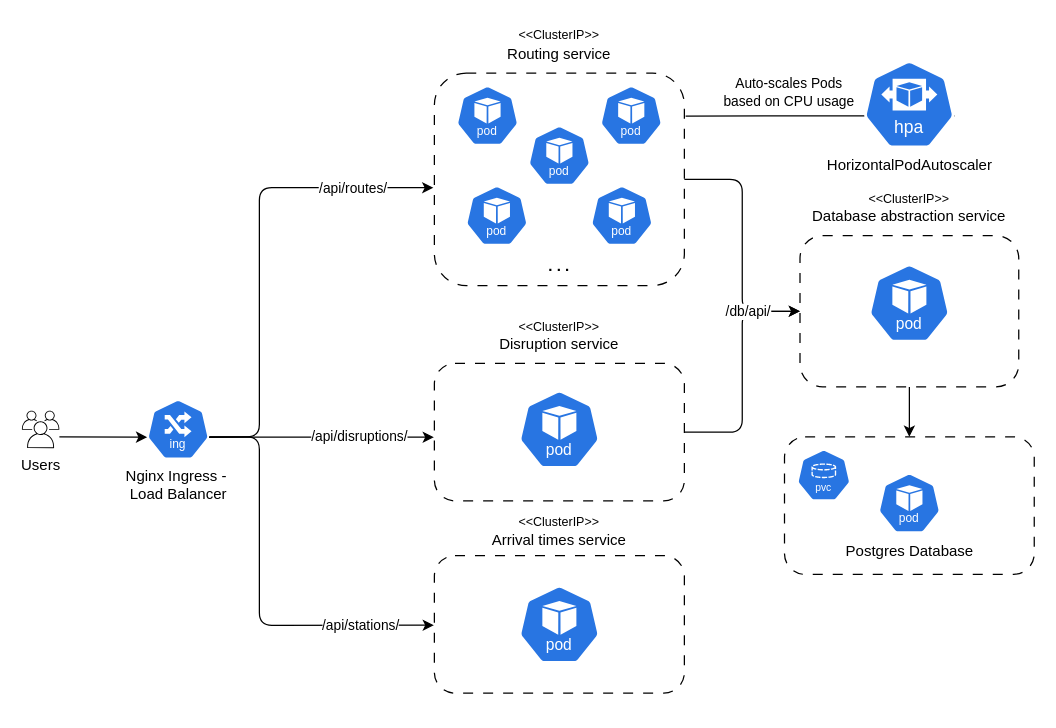
Earlier version of the draw.io diagram diagram/k8s_microservices.drawio (Cl3mensM/monolithic-microservices-architectures-case-study). Source tidied: cells renumbered, new cells numbered last; positions are measured from the earlier drawing's top-left corner, leaving out a move shared by most shapes. Both pictures are drawn from the tidied source at 125%, with x=0, y=0 at pixel (21, 22).
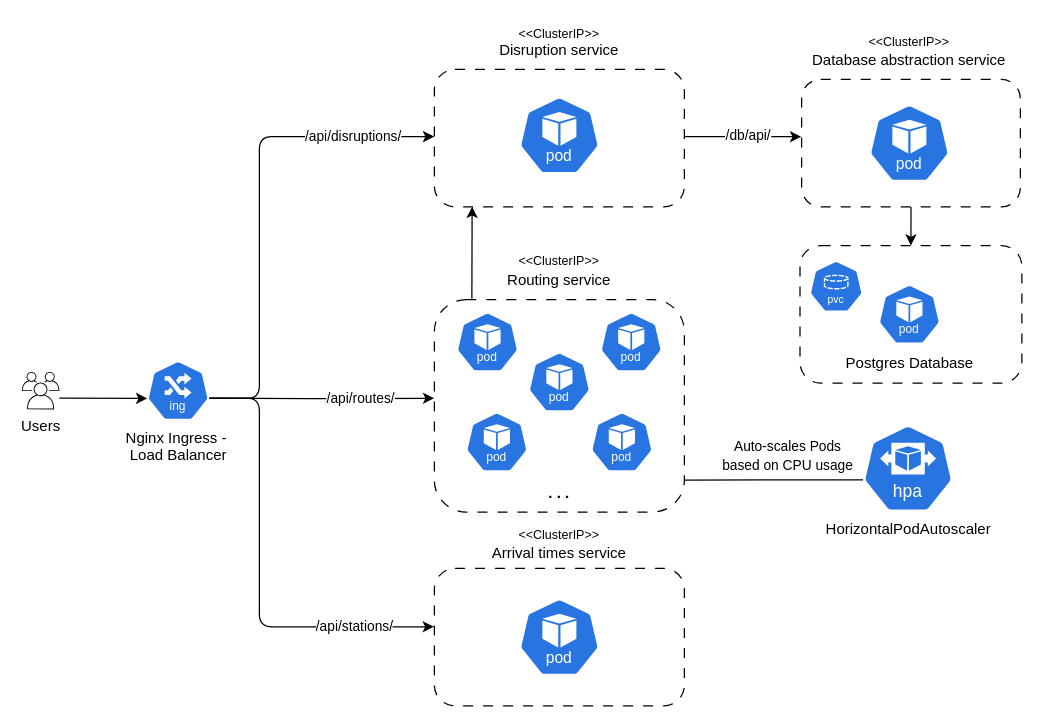
After the change.

Diff of the diagram source:
```diff
@@
     <mxCell id="2" style="rounded=1;whiteSpace=wrap;html=1;dashed=1;dashPattern=8 8;" parent="1" vertex="1">
-      <mxGeometry x="330" y="40" width="200" height="170" as="geometry" />
+      <mxGeometry x="330" y="221.2" width="200" height="170" as="geometry" />
     </mxCell>
     <mxCell id="3" value="Routing service" style="text;html=1;align=center;verticalAlign=middle;whiteSpace=wrap;rounded=0;" parent="1" vertex="1">
-      <mxGeometry x="370" y="10" width="120" height="30" as="geometry" />
+      <mxGeometry x="370" y="191.2" width="120" height="30" as="geometry" />
     </mxCell>
     <mxCell id="4" style="rounded=1;whiteSpace=wrap;html=1;dashed=1;dashPattern=8 8;" parent="1" vertex="1">
-      <mxGeometry x="330" y="272.2" width="200" height="110" as="geometry" />
+      <mxGeometry x="330" y="37" width="200" height="110" as="geometry" />
     </mxCell>
     <mxCell id="5" style="rounded=1;whiteSpace=wrap;html=1;dashed=1;dashPattern=8 8;" parent="1" vertex="1">
-      <mxGeometry x="330" y="426" width="200" height="110" as="geometry" />
+      <mxGeometry x="330" y="436.2" width="200" height="110" as="geometry" />
     </mxCell>
     <mxCell id="6" value="Disruption service" style="text;html=1;align=center;verticalAlign=middle;whiteSpace=wrap;rounded=0;" parent="1" vertex="1">
-      <mxGeometry x="365" y="242.2" width="130" height="30" as="geometry" />
+      <mxGeometry x="365" y="7" width="130" height="30" as="geometry" />
     </mxCell>
     <mxCell id="7" value="Arrival times service" style="text;html=1;align=center;verticalAlign=middle;whiteSpace=wrap;rounded=0;" parent="1" vertex="1">
-      <mxGeometry x="360" y="404" width="140" height="20" as="geometry" />
+      <mxGeometry x="360" y="414.2" width="140" height="20" as="geometry" />
     </mxCell>
     <mxCell id="8" style="sketch=0;html=1;dashed=0;whitespace=wrap;verticalLabelPosition=bottom;verticalAlign=top;fillColor=#2875E2;strokeColor=#ffffff;shape=mxgraph.kubernetes.icon2;kubernetesLabel=1;prIcon=pod;fontSize=8;" parent="1" vertex="1">
-      <mxGeometry x="347.5" y="50" width="50" height="48" as="geometry" />
+      <mxGeometry x="347.5" y="231.2" width="50" height="48" as="geometry" />
     </mxCell>
     <mxCell id="9" style="sketch=0;html=1;dashed=0;whitespace=wrap;verticalLabelPosition=bottom;verticalAlign=top;fillColor=#2875E2;strokeColor=#ffffff;shape=mxgraph.kubernetes.icon2;kubernetesLabel=1;prIcon=pod;fontSize=8;" parent="1" vertex="1">
-      <mxGeometry x="405" y="82" width="50" height="48" as="geometry" />
+      <mxGeometry x="405" y="263.2" width="50" height="48" as="geometry" />
     </mxCell>
     <mxCell id="10" style="sketch=0;html=1;dashed=0;whitespace=wrap;verticalLabelPosition=bottom;verticalAlign=top;fillColor=#2875E2;strokeColor=#ffffff;shape=mxgraph.kubernetes.icon2;kubernetesLabel=1;prIcon=pod;fontSize=8;" parent="1" vertex="1">
-      <mxGeometry x="355" y="130" width="50" height="48" as="geometry" />
+      <mxGeometry x="355" y="311.2" width="50" height="48" as="geometry" />
     </mxCell>
     <mxCell id="11" style="sketch=0;html=1;dashed=0;whitespace=wrap;verticalLabelPosition=bottom;verticalAlign=top;fillColor=#2875E2;strokeColor=#ffffff;shape=mxgraph.kubernetes.icon2;kubernetesLabel=1;prIcon=pod;fontSize=8;" parent="1" vertex="1">
-      <mxGeometry x="462.5" y="50" width="50" height="48" as="geometry" />
+      <mxGeometry x="462.5" y="231.2" width="50" height="48" as="geometry" />
     </mxCell>
     <mxCell id="12" style="sketch=0;html=1;dashed=0;whitespace=wrap;verticalLabelPosition=bottom;verticalAlign=top;fillColor=#2875E2;strokeColor=#ffffff;shape=mxgraph.kubernetes.icon2;kubernetesLabel=1;prIcon=pod;fontSize=8;" parent="1" vertex="1">
-      <mxGeometry x="455" y="130" width="50" height="48" as="geometry" />
+      <mxGeometry x="455" y="311.2" width="50" height="48" as="geometry" />
     </mxCell>
     <mxCell id="13" style="sketch=0;html=1;dashed=0;whitespace=wrap;verticalLabelPosition=bottom;verticalAlign=top;fillColor=#2875E2;strokeColor=#ffffff;shape=mxgraph.kubernetes.icon2;kubernetesLabel=1;prIcon=pod;" parent="1" vertex="1">
-      <mxGeometry x="397.5" y="293.8" width="65" height="62.4" as="geometry" />
+      <mxGeometry x="397.5" y="58.6" width="65" height="62.4" as="geometry" />
     </mxCell>
     <mxCell id="14" style="sketch=0;html=1;dashed=0;whitespace=wrap;verticalLabelPosition=bottom;verticalAlign=top;fillColor=#2875E2;strokeColor=#ffffff;shape=mxgraph.kubernetes.icon2;kubernetesLabel=1;prIcon=pod;" parent="1" vertex="1">
-      <mxGeometry x="397.5" y="449.8" width="65" height="62.4" as="geometry" />
+      <mxGeometry x="397.5" y="460" width="65" height="62.4" as="geometry" />
     </mxCell>
     <mxCell id="15" value="&lt;font style=&quot;font-size: 11px;&quot;&gt;Auto-scales Pods based on CPU usage&lt;/font&gt;" style="text;html=1;align=center;verticalAlign=middle;whiteSpace=wrap;rounded=0;" parent="1" vertex="1">
-      <mxGeometry x="553.5" y="40" width="120" height="30" as="geometry" />
+      <mxGeometry x="552.5" y="331.2" width="120" height="30" as="geometry" />
     </mxCell>
-    <mxCell id="16" style="endArrow=none;html=1;rounded=0;exitX=0.995;exitY=0.63;exitDx=0;exitDy=0;entryX=1.005;entryY=0.202;entryDx=0;entryDy=0;exitPerimeter=0;entryPerimeter=0;" parent="1" edge="1" source="18" target="2">
-      <mxGeometry relative="1" as="geometry" />
+    <mxCell id="16" style="endArrow=none;html=1;rounded=0;exitX=0.995;exitY=0.63;exitDx=0;exitDy=0;entryX=1.005;entryY=0.202;entryDx=0;entryDy=0;exitPerimeter=0;entryPerimeter=0;" parent="1" edge="1" source="18">
+      <mxGeometry relative="1" as="geometry">
+        <mxPoint x="530" y="365.5" as="targetPoint" />
+      </mxGeometry>
     </mxCell>
     <mxCell id="17" style="rounded=1;whiteSpace=wrap;html=1;dashed=1;dashPattern=8 8;" parent="1" vertex="1">
-      <mxGeometry x="610.1" y="331" width="199.8" height="110" as="geometry" />
+      <mxGeometry x="622.5" y="178" width="177.5" height="110" as="geometry" />
     </mxCell>
     <mxCell id="18" value="&lt;span style=&quot;text-wrap-mode: wrap;&quot;&gt;HorizontalPodAutoscaler&lt;/span&gt;" style="sketch=0;html=1;dashed=0;whitespace=wrap;verticalLabelPosition=bottom;verticalAlign=top;fillColor=#2875E2;strokeColor=#ffffff;points=[[0.005,0.63,0],[0.1,0.2,0],[0.9,0.2,0],[0.5,0,0],[0.995,0.63,0],[0.72,0.99,0],[0.5,1,0],[0.28,0.99,0]];shape=mxgraph.kubernetes.icon2;kubernetesLabel=1;prIcon=hpa;" parent="1" vertex="1">
-      <mxGeometry x="673.5" y="30" width="72.9" height="70" as="geometry" />
+      <mxGeometry x="672.5" y="321.2" width="72.9" height="70" as="geometry" />
     </mxCell>
     <mxCell id="19" value="&lt;b&gt;. . .&lt;/b&gt;" style="text;html=1;align=center;verticalAlign=middle;whiteSpace=wrap;rounded=0;" parent="1" vertex="1">
-      <mxGeometry x="400" y="180" width="60" height="30" as="geometry" />
+      <mxGeometry x="400" y="361.2" width="60" height="30" as="geometry" />
     </mxCell>
     <mxCell id="20" value="Nginx Ingress -&amp;nbsp;&lt;div&gt;Load Balancer&lt;/div&gt;" style="sketch=0;html=1;dashed=0;whitespace=wrap;verticalLabelPosition=bottom;verticalAlign=top;fillColor=#2875E2;strokeColor=#ffffff;points=[[0.005,0.63,0],[0.1,0.2,0],[0.9,0.2,0],[0.5,0,0],[0.995,0.63,0],[0.72,0.99,0],[0.5,1,0],[0.28,0.99,0]];shape=mxgraph.kubernetes.icon2;kubernetesLabel=1;prIcon=ing;" parent="1" vertex="1">
-      <mxGeometry x="100" y="301" width="50" height="48" as="geometry" />
+      <mxGeometry x="100" y="270" width="50" height="48" as="geometry" />
     </mxCell>
-    <mxCell id="21" value="/api/routes/" style="edgeStyle=orthogonalEdgeStyle;rounded=1;jettySize=auto;html=1;strokeColor=default;curved=0;endArrow=classic;startFill=0;endFill=1;entryX=-0.004;entryY=0.539;entryDx=0;entryDy=0;entryPerimeter=0;" parent="1" edge="1" target="2">
-      <mxGeometry x="0.66" relative="1" as="geometry">
-        <mxPoint x="150" y="331" as="sourcePoint" />
-        <Array as="points">
-          <mxPoint x="190" y="331" />
-          <mxPoint x="190" y="132" />
-        </Array>
+    <mxCell id="21" value="/api/routes/" style="edgeStyle=orthogonalEdgeStyle;rounded=1;jettySize=auto;html=1;strokeColor=default;curved=0;endArrow=classic;startFill=0;endFill=1;entryX=-0.001;entryY=0.464;entryDx=0;entryDy=0;entryPerimeter=0;" parent="1" edge="1" target="2">
+      <mxGeometry x="0.34" relative="1" as="geometry">
+        <mxPoint x="150" y="300" as="sourcePoint" />
       </mxGeometry>
     </mxCell>
-    <mxCell id="22" value="/api/disruptions/" style="edgeStyle=orthogonalEdgeStyle;rounded=0;jettySize=auto;html=1;exitX=0.995;exitY=0.63;exitDx=0;exitDy=0;exitPerimeter=0;entryX=-0.002;entryY=0.537;entryDx=0;entryDy=0;entryPerimeter=0;endArrow=classic;startFill=0;endFill=1;" parent="1" edge="1" source="20" target="4">
-      <mxGeometry x="0.34" relative="1" as="geometry">
+    <mxCell id="22" value="/api/disruptions/" style="edgeStyle=orthogonalEdgeStyle;rounded=1;jettySize=auto;html=1;exitX=0.995;exitY=0.63;exitDx=0;exitDy=0;exitPerimeter=0;entryX=-0.001;entryY=0.489;entryDx=0;entryDy=0;entryPerimeter=0;endArrow=classic;startFill=0;endFill=1;curved=0;" parent="1" edge="1" source="20" target="4">
+      <mxGeometry x="0.67" relative="1" as="geometry">
         <Array as="points">
-          <mxPoint x="330" y="331" />
+          <mxPoint x="190" y="300" />
+          <mxPoint x="190" y="90" />
+          <mxPoint x="330" y="90" />
         </Array>
       </mxGeometry>
     </mxCell>
-    <mxCell id="23" value="/api/stations/" style="edgeStyle=orthogonalEdgeStyle;rounded=1;jettySize=auto;html=1;curved=0;endArrow=classic;startFill=0;endFill=1;entryX=-0.002;entryY=0.506;entryDx=0;entryDy=0;entryPerimeter=0;" parent="1" edge="1" target="5">
+    <mxCell id="23" value="/api/stations/" style="edgeStyle=orthogonalEdgeStyle;rounded=1;orthogonalLoop=1;jettySize=auto;html=1;curved=0;endArrow=classic;startFill=0;endFill=1;entryX=-0.002;entryY=0.506;entryDx=0;entryDy=0;entryPerimeter=0;" parent="1" edge="1">
       <mxGeometry x="0.65" relative="1" as="geometry">
-        <mxPoint x="150" y="331" as="sourcePoint" />
+        <mxPoint x="150" y="300" as="sourcePoint" />
+        <mxPoint x="329.6" y="482.9" as="targetPoint" />
         <Array as="points">
-          <mxPoint x="190" y="331" />
+          <mxPoint x="150" y="300" />
+          <mxPoint x="190" y="300" />
           <mxPoint x="190" y="482" />
         </Array>
       </mxGeometry>
     </mxCell>
     <mxCell id="24" style="endArrow=classic;html=1;rounded=0;entryX=0.005;entryY=0.63;entryDx=0;entryDy=0;entryPerimeter=0;" parent="1" edge="1" target="20">
       <mxGeometry relative="1" as="geometry">
-        <mxPoint x="30" y="331" as="sourcePoint" />
+        <mxPoint x="30" y="300" as="sourcePoint" />
       </mxGeometry>
     </mxCell>
     <mxCell id="25" value="Users" style="sketch=0;gradientColor=none;fontColor=#000000;strokeColor=none;fillColor=#000000;dashed=0;verticalLabelPosition=bottom;verticalAlign=top;align=center;html=1;fontSize=12;fontStyle=0;shape=mxgraph.aws4.illustration_users;" parent="1" vertex="1">
-      <mxGeometry y="310" width="30" height="30" as="geometry" />
+      <mxGeometry y="279" width="30" height="30" as="geometry" />
     </mxCell>
     <mxCell id="26" style="sketch=0;html=1;dashed=0;whitespace=wrap;verticalLabelPosition=bottom;verticalAlign=top;fillColor=#2875E2;strokeColor=#ffffff;shape=mxgraph.kubernetes.icon2;kubernetesLabel=1;prIcon=pvc;" parent="1" vertex="1">
-      <mxGeometry x="620.1" y="341" width="42.9" height="41.2" as="geometry" />
+      <mxGeometry x="630" y="190" width="42.9" height="41.2" as="geometry" />
     </mxCell>
-    <mxCell id="27" style="edgeStyle=orthogonalEdgeStyle;rounded=0;jettySize=auto;html=1;exitX=0.5;exitY=1;exitDx=0;exitDy=0;entryX=0.5;entryY=0;entryDx=0;entryDy=0;" parent="1" edge="1" source="36" target="17">
-      <mxGeometry relative="1" as="geometry" />
+    <mxCell id="27" style="edgeStyle=orthogonalEdgeStyle;rounded=0;jettySize=auto;html=1;exitX=0.5;exitY=1;exitDx=0;exitDy=0;entryX=0.5;entryY=0;entryDx=0;entryDy=0;" parent="1" edge="1" target="17">
+      <mxGeometry relative="1" as="geometry">
+        <mxPoint x="710" y="140" as="sourcePoint" />
+      </mxGeometry>
     </mxCell>
     <mxCell id="28" style="sketch=0;html=1;dashed=0;whitespace=wrap;verticalLabelPosition=bottom;verticalAlign=top;fillColor=#2875E2;strokeColor=#ffffff;shape=mxgraph.kubernetes.icon2;kubernetesLabel=1;prIcon=pod;fontSize=12;" parent="1" vertex="1">
-      <mxGeometry x="685" y="360" width="50" height="48" as="geometry" />
+      <mxGeometry x="685" y="209" width="50" height="48" as="geometry" />
     </mxCell>
     <mxCell id="29" value="Postgres Database" style="text;html=1;align=center;verticalAlign=middle;whiteSpace=wrap;rounded=0;" parent="1" vertex="1">
-      <mxGeometry x="652.5" y="408" width="115" height="30" as="geometry" />
+      <mxGeometry x="652.5" y="257" width="115" height="30" as="geometry" />
     </mxCell>
-    <mxCell id="30" style="edgeStyle=orthogonalEdgeStyle;rounded=1;jettySize=auto;html=1;exitX=1;exitY=0.5;exitDx=0;exitDy=0;entryX=0;entryY=0.5;entryDx=0;entryDy=0;curved=0;" parent="1" edge="1" source="2" target="36">
-      <mxGeometry relative="1" as="geometry" />
-    </mxCell>
-    <mxCell id="31" style="edgeStyle=orthogonalEdgeStyle;rounded=1;jettySize=auto;html=1;exitX=1;exitY=0.5;exitDx=0;exitDy=0;entryX=0;entryY=0.5;entryDx=0;entryDy=0;curved=0;" parent="1" edge="1" source="4" target="36">
-      <mxGeometry relative="1" as="geometry" />
-    </mxCell>
-    <mxCell id="32" value="/db/api/" style="edgeLabel;html=1;align=center;verticalAlign=middle;" parent="31" vertex="1">
-      <mxGeometry x="0.7" relative="1" as="geometry">
-        <mxPoint x="-14" as="offset" />
-      </mxGeometry>
-    </mxCell>
     <mxCell id="33" value="&lt;font style=&quot;font-size: 10px;&quot;&gt;&amp;lt;&amp;lt;ClusterIP&amp;gt;&amp;gt;&lt;/font&gt;" style="text;html=1;align=center;verticalAlign=middle;whiteSpace=wrap;rounded=0;" parent="1" vertex="1">
-      <mxGeometry x="400" width="60" height="18" as="geometry" />
+      <mxGeometry x="400" y="181.2" width="60" height="18" as="geometry" />
     </mxCell>
     <mxCell id="34" value="&lt;font style=&quot;font-size: 10px;&quot;&gt;&amp;lt;&amp;lt;ClusterIP&amp;gt;&amp;gt;&lt;/font&gt;" style="text;html=1;align=center;verticalAlign=middle;whiteSpace=wrap;rounded=0;" parent="1" vertex="1">
-      <mxGeometry x="400" y="234.2" width="60" height="18" as="geometry" />
+      <mxGeometry x="400" y="-1" width="60" height="18" as="geometry" />
     </mxCell>
     <mxCell id="35" value="&lt;font style=&quot;font-size: 10px;&quot;&gt;&amp;lt;&amp;lt;ClusterIP&amp;gt;&amp;gt;&lt;/font&gt;" style="text;html=1;align=center;verticalAlign=middle;whiteSpace=wrap;rounded=0;" parent="1" vertex="1">
-      <mxGeometry x="400" y="390" width="60" height="18" as="geometry" />
+      <mxGeometry x="400" y="400.2" width="60" height="18" as="geometry" />
     </mxCell>
     <mxCell id="36" style="rounded=1;whiteSpace=wrap;html=1;dashed=1;dashPattern=8 8;" parent="1" vertex="1">
-      <mxGeometry x="622.5" y="170" width="175" height="121" as="geometry" />
+      <mxGeometry x="623.8" y="45" width="175" height="102" as="geometry" />
     </mxCell>
     <mxCell id="37" value="Database abstraction service" style="text;html=1;align=center;verticalAlign=middle;whiteSpace=wrap;rounded=0;" parent="1" vertex="1">
-      <mxGeometry x="630" y="140" width="160" height="30" as="geometry" />
+      <mxGeometry x="630" y="15" width="160" height="30" as="geometry" />
     </mxCell>
     <mxCell id="38" style="sketch=0;html=1;dashed=0;whitespace=wrap;verticalLabelPosition=bottom;verticalAlign=top;fillColor=#2875E2;strokeColor=#ffffff;shape=mxgraph.kubernetes.icon2;kubernetesLabel=1;prIcon=pod;" parent="1" vertex="1">
-      <mxGeometry x="677.5" y="192.8" width="65" height="62.4" as="geometry" />
+      <mxGeometry x="677.5" y="64.8" width="65" height="62.4" as="geometry" />
     </mxCell>
     <mxCell id="39" value="&lt;font style=&quot;font-size: 10px;&quot;&gt;&amp;lt;&amp;lt;ClusterIP&amp;gt;&amp;gt;&lt;/font&gt;" style="text;html=1;align=center;verticalAlign=middle;whiteSpace=wrap;rounded=0;" parent="1" vertex="1">
-      <mxGeometry x="680" y="131" width="60" height="18" as="geometry" />
+      <mxGeometry x="680" y="6" width="60" height="18" as="geometry" />
     </mxCell>
+    <mxCell id="31" style="endArrow=classic;html=1;rounded=0;exitX=1.003;exitY=0.489;exitDx=0;exitDy=0;exitPerimeter=0;entryX=-0.002;entryY=0.45;entryDx=0;entryDy=0;entryPerimeter=0;" parent="1" edge="1" source="4" target="36">
+      <mxGeometry relative="1" as="geometry" />
+    </mxCell>
+    <mxCell id="32" value="/db/api/" style="edgeLabel;html=1;align=center;verticalAlign=middle;" parent="31" vertex="1">
+      <mxGeometry x="0.41" relative="1" as="geometry">
+        <mxPoint x="-15" y="-1" as="offset" />
+      </mxGeometry>
+    </mxCell>
+    <mxCell id="40" style="endArrow=classic;html=1;rounded=0;entryX=0.151;entryY=0.999;entryDx=0;entryDy=0;entryPerimeter=0;exitX=0.15;exitY=-0.004;exitDx=0;exitDy=0;exitPerimeter=0;" parent="1" edge="1" source="2" target="4">
+      <mxGeometry relative="1" as="geometry" />
+    </mxCell>
```
